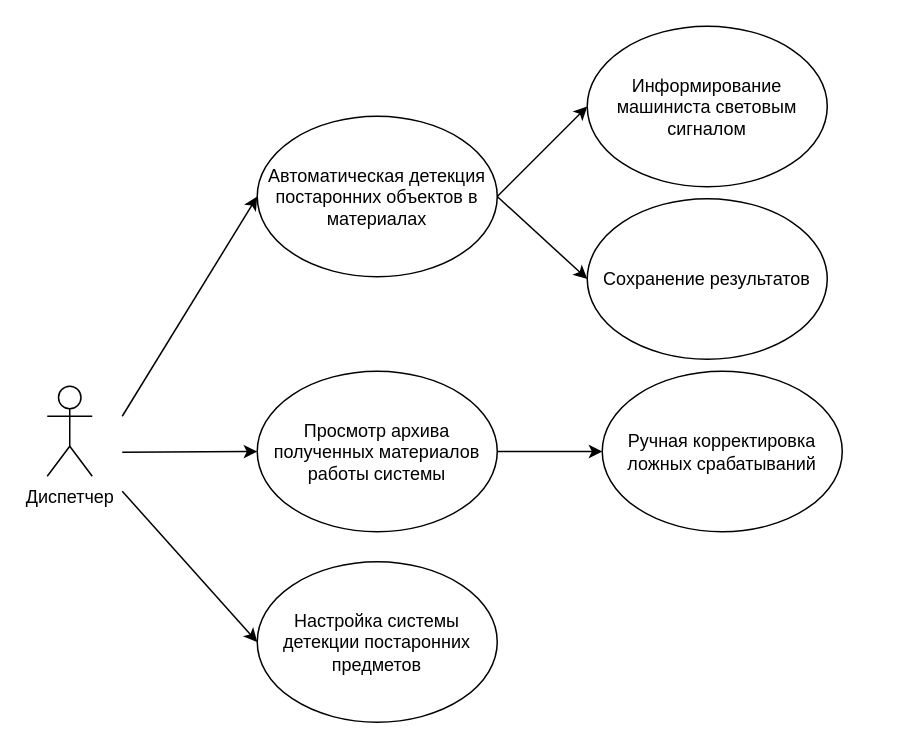
toshabelof/dissertation keeps this draw.io diagram as DOC/Diagram VariatnUse.drawio. Above is the earlier version. Source tidied: cells renumbered, new cells numbered last; positions are measured from the earlier drawing's top-left corner, leaving out a move shared by most shapes. Both pictures are drawn from the tidied source at 150%, with x=0, y=0 at pixel (46, 26).
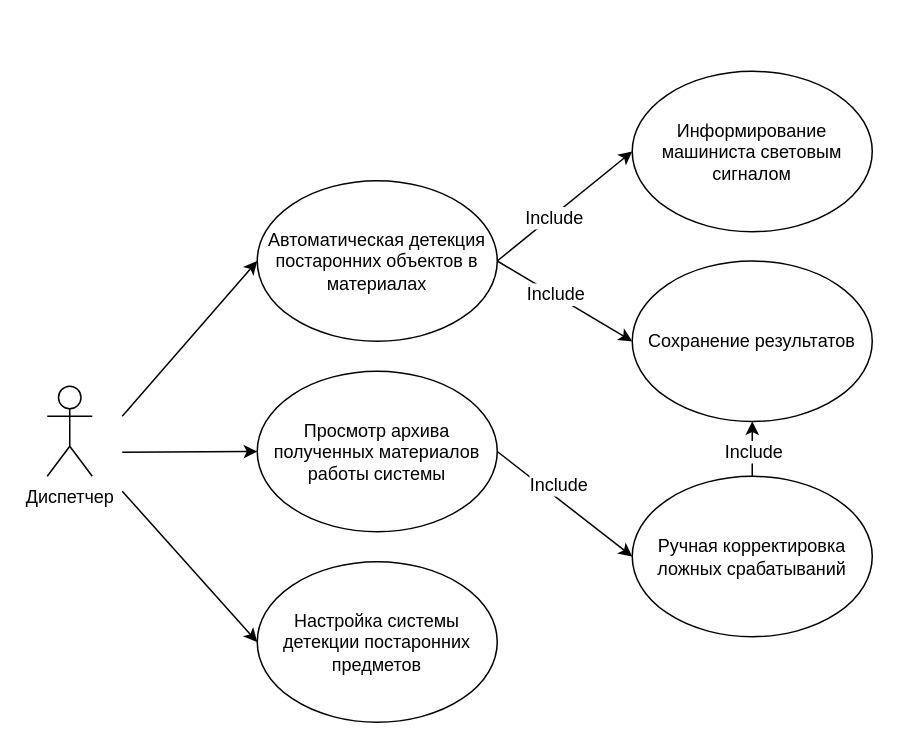
The same page after the edit.

Unchanged cells that the change refers to:
```xml
<mxCell id="12" style="endArrow=classic;html=1;exitX=1;exitY=0.5;exitDx=0;exitDy=0;entryX=0;entryY=0.5;entryDx=0;entryDy=0;" parent="1" edge="1" source="3" target="8">
  <mxGeometry relative="1" as="geometry" />
</mxCell>
<mxCell id="13" style="endArrow=classic;html=1;exitX=1;exitY=0.5;exitDx=0;exitDy=0;entryX=0;entryY=0.5;entryDx=0;entryDy=0;" parent="1" edge="1" source="3" target="7">
  <mxGeometry relative="1" as="geometry" />
</mxCell>
<mxCell id="14" style="endArrow=classic;html=1;exitX=1;exitY=0.5;exitDx=0;exitDy=0;entryX=0;entryY=0.5;entryDx=0;entryDy=0;" parent="1" edge="1" source="4" target="6">
  <mxGeometry relative="1" as="geometry" />
</mxCell>
```

Diff of the diagram source:
```diff
@@
     <mxCell id="3" value="Автоматическая детекция постаронних объектов в материалах" style="ellipse;whiteSpace=wrap;html=1;" parent="1" vertex="1">
-      <mxGeometry x="140" y="60" width="160" height="107" as="geometry" />
+      <mxGeometry x="140" y="103" width="160" height="107" as="geometry" />
     </mxCell>
@@
     <mxCell id="6" value="Ручная корректировка ложных срабатываний" style="ellipse;whiteSpace=wrap;html=1;" parent="1" vertex="1">
-      <mxGeometry x="370" y="230" width="160" height="107" as="geometry" />
+      <mxGeometry x="390" y="300" width="160" height="107" as="geometry" />
     </mxCell>
     <mxCell id="7" value="Сохранение результатов" style="ellipse;whiteSpace=wrap;html=1;" parent="1" vertex="1">
-      <mxGeometry x="360" y="115" width="160" height="107" as="geometry" />
+      <mxGeometry x="390" y="156.5" width="160" height="107" as="geometry" />
     </mxCell>
     <mxCell id="8" value="Информирование машиниста световым сигналом" style="ellipse;whiteSpace=wrap;html=1;" parent="1" vertex="1">
-      <mxGeometry x="360" width="160" height="107" as="geometry" />
+      <mxGeometry x="390" y="30" width="160" height="107" as="geometry" />
     </mxCell>
@@
+    <mxCell id="15" value="Include" style="text;html=1;align=center;verticalAlign=middle;labelBackgroundColor=#ffffff;" parent="12" vertex="1">
+      <mxGeometry x="-0.19" y="-1" relative="1" as="geometry" />
+    </mxCell>
@@
+    <mxCell id="16" value="Include" style="text;html=1;align=center;verticalAlign=middle;labelBackgroundColor=#ffffff;" parent="13" vertex="1">
+      <mxGeometry x="-0.15" y="1" relative="1" as="geometry" />
+    </mxCell>
@@
+    <mxCell id="17" value="Include" style="text;html=1;align=center;verticalAlign=middle;labelBackgroundColor=#ffffff;" parent="14" vertex="1">
+      <mxGeometry x="-0.37" y="1" relative="1" as="geometry">
+        <mxPoint x="11" y="1" as="offset" />
+      </mxGeometry>
+    </mxCell>
+    <mxCell id="18" style="endArrow=classic;html=1;exitX=0.5;exitY=0;exitDx=0;exitDy=0;entryX=0.5;entryY=1;entryDx=0;entryDy=0;" parent="1" edge="1" source="6" target="7">
+      <mxGeometry relative="1" as="geometry" />
+    </mxCell>
+    <mxCell id="19" value="Include" style="text;html=1;align=center;verticalAlign=middle;labelBackgroundColor=#ffffff;" parent="18" vertex="1">
+      <mxGeometry x="-0.53" y="3" relative="1" as="geometry">
+        <mxPoint x="3" y="-7.5" as="offset" />
+      </mxGeometry>
+    </mxCell>
```
